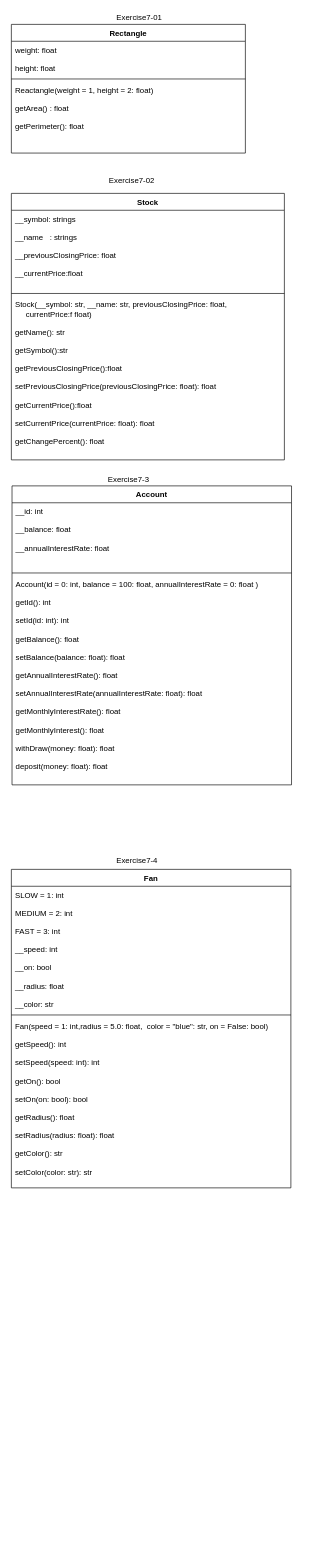
The draw.io diagram Exercise07/Exercise07.drawio in ywyz/IntroducingToProgrammingUsingPython, before the edit. Source tidied: cells renumbered, new cells numbered last; positions are measured from the earlier drawing's top-left corner, leaving out a move shared by most shapes. Both pictures are drawn from the tidied source at 65%, with x=0, y=0 at pixel (11, 11).
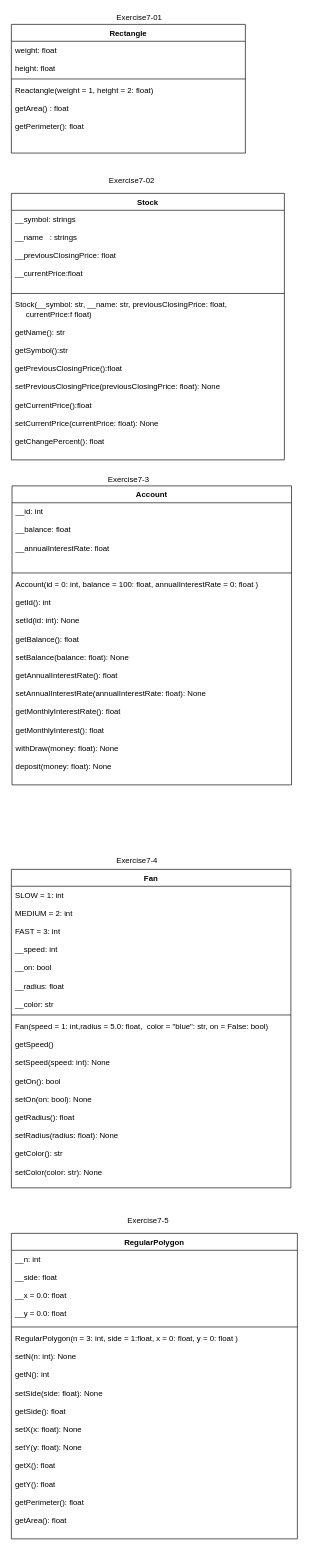
After the change.

Unchanged cells that the change refers to:
```xml
<mxCell id="7" value="Stock" style="swimlane;fontStyle=1;align=center;verticalAlign=top;horizontal=1;startSize=26;" parent="1" vertex="1">
  <mxGeometry y="280" width="420" height="410" as="geometry" />
</mxCell>
<mxCell id="12" value="Account" style="swimlane;fontStyle=1;align=center;verticalAlign=top;horizontal=1;startSize=26;" parent="1" vertex="1">
  <mxGeometry x="1" y="730" width="430" height="460" as="geometry" />
</mxCell>
<mxCell id="17" value="Fan" style="swimlane;fontStyle=1;align=center;verticalAlign=top;horizontal=1;startSize=26;" parent="1" vertex="1">
  <mxGeometry y="1320" width="430" height="490" as="geometry" />
</mxCell>
```

Change to the diagram source:
```diff
@@
-    <mxCell id="10" value="Stock(__symbol: str, __name: str, previousClosingPrice: float, &#10;     currentPrice:f float)&#10;&#10;getName(): str&#10;&#10;getSymbol():str&#10;&#10;getPreviousClosingPrice():float&#10;&#10;setPreviousClosingPrice(previousClosingPrice: float): float&#10;&#10;getCurrentPrice():float&#10;&#10;setCurrentPrice(currentPrice: float): float&#10;&#10;getChangePercent(): float" style="text;strokeColor=none;fillColor=none;align=left;verticalAlign=top;spacingLeft=4;spacingRight=4;overflow=hidden;" parent="7" vertex="1">
+    <mxCell id="10" value="Stock(__symbol: str, __name: str, previousClosingPrice: float, &#10;     currentPrice:f float)&#10;&#10;getName(): str&#10;&#10;getSymbol():str&#10;&#10;getPreviousClosingPrice():float&#10;&#10;setPreviousClosingPrice(previousClosingPrice: float): None&#10;&#10;getCurrentPrice():float&#10;&#10;setCurrentPrice(currentPrice: float): None&#10;&#10;getChangePercent(): float" style="text;strokeColor=none;fillColor=none;align=left;verticalAlign=top;spacingLeft=4;spacingRight=4;overflow=hidden;" parent="7" vertex="1">
       <mxGeometry y="158" width="420" height="252" as="geometry" />
     </mxCell>
@@
-    <mxCell id="15" value="Account(id = 0: int, balance = 100: float, annualInterestRate = 0: float )&#10;&#10;getId(): int&#10;&#10;setId(id: int): int&#10;&#10;getBalance(): float&#10;&#10;setBalance(balance: float): float&#10;&#10;getAnnualInterestRate(): float&#10;&#10;setAnnualInterestRate(annualInterestRate: float): float&#10;&#10;getMonthlyInterestRate(): float&#10;&#10;getMonthlyInterest(): float&#10;&#10;withDraw(money: float): float&#10;&#10;deposit(money: float): float&#10;" style="text;strokeColor=none;fillColor=none;align=left;verticalAlign=top;spacingLeft=4;spacingRight=4;overflow=hidden;" parent="12" vertex="1">
+    <mxCell id="15" value="Account(id = 0: int, balance = 100: float, annualInterestRate = 0: float )&#10;&#10;getId(): int&#10;&#10;setId(id: int): None&#10;&#10;getBalance(): float&#10;&#10;setBalance(balance: float): None&#10;&#10;getAnnualInterestRate(): float&#10;&#10;setAnnualInterestRate(annualInterestRate: float): None&#10;&#10;getMonthlyInterestRate(): float&#10;&#10;getMonthlyInterest(): float&#10;&#10;withDraw(money: float): None&#10;&#10;deposit(money: float): None&#10;" style="text;strokeColor=none;fillColor=none;align=left;verticalAlign=top;spacingLeft=4;spacingRight=4;overflow=hidden;" parent="12" vertex="1">
       <mxGeometry y="138" width="430" height="322" as="geometry" />
     </mxCell>
@@
-    <mxCell id="20" value="Fan(speed = 1: int,radius = 5.0: float,  color = &quot;blue&quot;: str, on = False: bool)&#10;&#10;getSpeed(): int&#10;&#10;setSpeed(speed: int): int&#10;&#10;getOn(): bool&#10;&#10;setOn(on: bool): bool&#10;&#10;getRadius(): float&#10;&#10;setRadius(radius: float): float&#10;&#10;getColor(): str&#10;&#10;setColor(color: str): str&#10;&#10;&#10;&#10;&#10;&#10;&#10;&#10;&#10;" style="text;strokeColor=none;fillColor=none;align=left;verticalAlign=top;spacingLeft=4;spacingRight=4;overflow=hidden;" parent="17" vertex="1">
+    <mxCell id="20" value="Fan(speed = 1: int,radius = 5.0: float,  color = &quot;blue&quot;: str, on = False: bool)&#10;&#10;getSpeed()&#10;&#10;setSpeed(speed: int): None&#10;&#10;getOn(): bool&#10;&#10;setOn(on: bool): None&#10;&#10;getRadius(): float&#10;&#10;setRadius(radius: float): None&#10;&#10;getColor(): str&#10;&#10;setColor(color: str): None&#10;&#10;&#10;&#10;&#10;&#10;&#10;&#10;&#10;" style="text;strokeColor=none;fillColor=none;align=left;verticalAlign=top;spacingLeft=4;spacingRight=4;overflow=hidden;" parent="17" vertex="1">
       <mxGeometry y="228" width="430" height="262" as="geometry" />
     </mxCell>
@@
+    <mxCell id="22" value="RegularPolygon" style="swimlane;fontStyle=1;align=center;verticalAlign=top;horizontal=1;startSize=26;" parent="1" vertex="1">
+      <mxGeometry y="1880" width="440" height="470" as="geometry" />
+    </mxCell>
+    <mxCell id="23" value="__n: int&#10;&#10;__side: float&#10;&#10;__x = 0.0: float&#10;&#10;__y = 0.0: float&#10;&#10;" style="text;strokeColor=none;fillColor=none;align=left;verticalAlign=top;spacingLeft=4;spacingRight=4;overflow=hidden;" parent="22" vertex="1">
+      <mxGeometry y="26" width="440" height="114" as="geometry" />
+    </mxCell>
+    <mxCell id="24" style="line;strokeWidth=1;fillColor=none;align=left;verticalAlign=middle;spacingTop=-1;spacingLeft=3;spacingRight=3;labelPosition=right;" parent="22" vertex="1">
+      <mxGeometry y="140" width="440" height="8" as="geometry" />
+    </mxCell>
+    <mxCell id="25" value="RegularPolygon(n = 3: int, side = 1:float, x = 0: float, y = 0: float )&#10;&#10;setN(n: int): None&#10;&#10;getN(): int&#10;&#10;setSide(side: float): None&#10;&#10;getSide(): float&#10;&#10;setX(x: float): None&#10;&#10;setY(y: float): None&#10;&#10;getX(): float&#10;&#10;getY(): float&#10;&#10;getPerimeter(): float&#10;&#10;getArea(): float&#10;&#10;" style="text;strokeColor=none;fillColor=none;align=left;verticalAlign=top;spacingLeft=4;spacingRight=4;overflow=hidden;" parent="22" vertex="1">
+      <mxGeometry y="148" width="440" height="322" as="geometry" />
+    </mxCell>
+    <mxCell id="26" value="Exercise7-5" style="text;html=1;align=center;verticalAlign=middle;" parent="1" vertex="1">
+      <mxGeometry x="170" y="1850" width="80" height="20" as="geometry" />
+    </mxCell>
```
